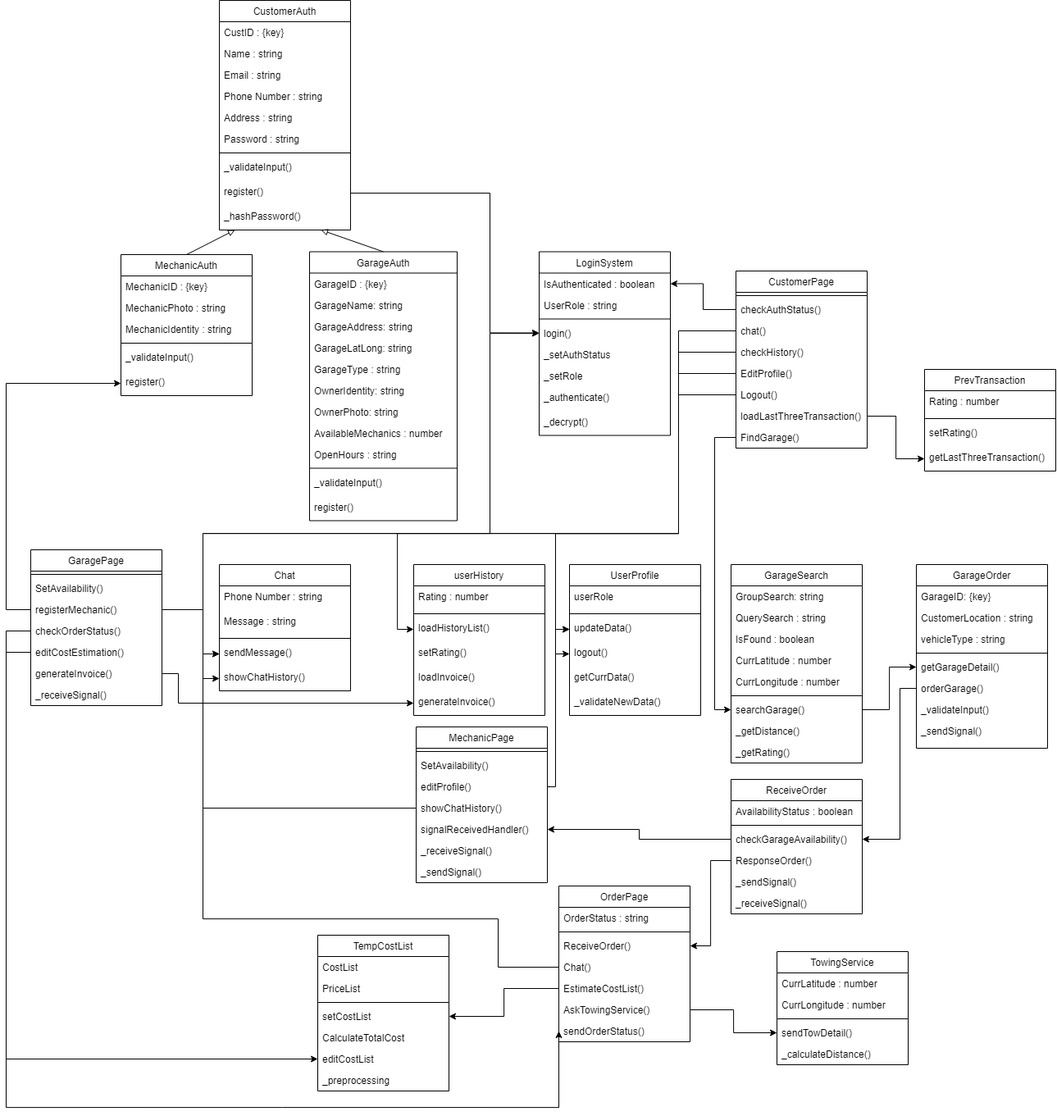
This is Systems/ClassDiagram.drawio.png from felixfilipi/E-Monteer, a draw.io export, as it was before one commit. Source tidied: cells renumbered, new cells last; positions are measured from the earlier drawing's top-left corner, leaving out a move shared by most shapes.
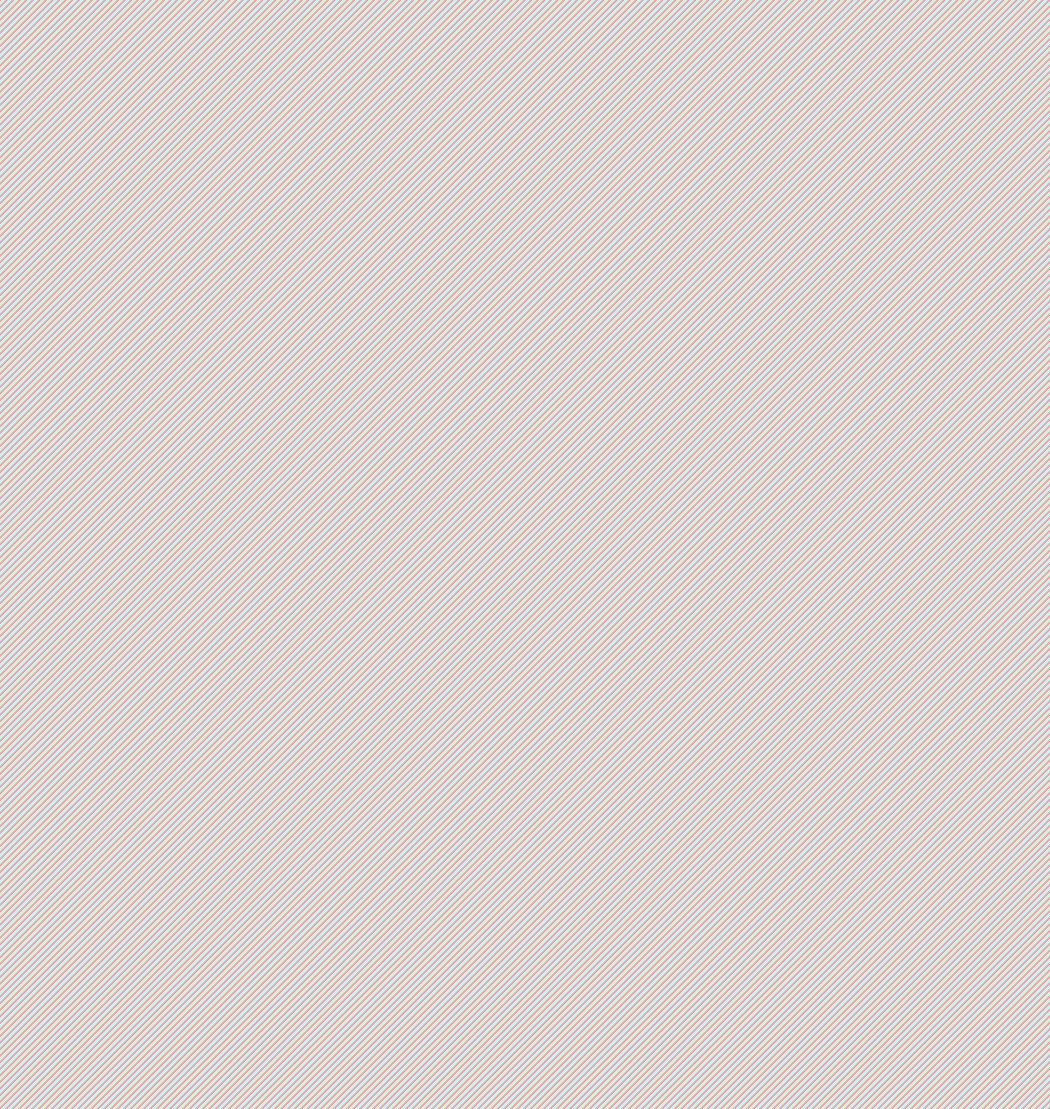
The same diagram one commit later.

The edit, as a diff of the source:
```diff
@@ -38,3 +38,3 @@
     <mxCell id="13" value="GarageAuth" style="swimlane;fontStyle=0;align=center;verticalAlign=top;horizontal=1;startSize=26;rounded=0;shadow=0;strokeWidth=1;" parent="1" vertex="1">
-      <mxGeometry x="370" y="306.5" width="180" height="328" as="geometry" />
+      <mxGeometry x="370" y="297" width="180" height="328" as="geometry" />
     </mxCell>
@@ -131,3 +131,3 @@
     <mxCell id="44" value="GarageSearch" style="swimlane;fontStyle=0;align=center;verticalAlign=top;horizontal=1;startSize=26;rounded=0;shadow=0;strokeWidth=1;" parent="1" vertex="1">
-      <mxGeometry x="884" y="688" width="160" height="242" as="geometry" />
+      <mxGeometry x="884" y="659" width="160" height="268" as="geometry" />
     </mxCell>
@@ -154,7 +154,10 @@
     </mxCell>
+    <mxCell id="164" value="sortGarage()" style="text;align=left;verticalAlign=top;spacingLeft=4;spacingRight=4;overflow=hidden;" parent="44" vertex="1">
+      <mxGeometry y="190" width="160" height="26" as="geometry" />
+    </mxCell>
     <mxCell id="52" value="_getDistance()" style="text;align=left;verticalAlign=top;spacingLeft=4;spacingRight=4;overflow=hidden;" parent="44" vertex="1">
-      <mxGeometry y="190" width="160" height="26" as="geometry" />
+      <mxGeometry y="216" width="160" height="26" as="geometry" />
     </mxCell>
     <mxCell id="53" value="_getRating()" style="text;align=left;verticalAlign=top;spacingLeft=4;spacingRight=4;overflow=hidden;" parent="44" vertex="1">
-      <mxGeometry y="216" width="160" height="26" as="geometry" />
+      <mxGeometry y="242" width="160" height="26" as="geometry" />
     </mxCell>
@@ -163,3 +166,3 @@
     </mxCell>
-    <mxCell id="55" value="userRole" style="text;align=left;verticalAlign=top;spacingLeft=4;spacingRight=4;overflow=hidden;" parent="54" vertex="1">
+    <mxCell id="55" value="userRole : string" style="text;align=left;verticalAlign=top;spacingLeft=4;spacingRight=4;overflow=hidden;" parent="54" vertex="1">
       <mxGeometry y="26" width="160" height="30" as="geometry" />
@@ -187,25 +190,25 @@
     </mxCell>
-    <mxCell id="63" value="checkAuthStatus()" style="text;align=left;verticalAlign=top;spacingLeft=4;spacingRight=4;overflow=hidden;points=[[0,0.5],[1,0.5]];portConstraint=eastwest;" parent="61" vertex="1">
-      <mxGeometry y="34" width="160" height="26" as="geometry" />
-    </mxCell>
     <mxCell id="64" value="chat()" style="text;align=left;verticalAlign=top;spacingLeft=4;spacingRight=4;overflow=hidden;points=[[0,0.5],[1,0.5]];portConstraint=eastwest;" parent="61" vertex="1">
-      <mxGeometry y="60" width="160" height="26" as="geometry" />
+      <mxGeometry y="34" width="160" height="26" as="geometry" />
     </mxCell>
     <mxCell id="65" value="checkHistory()" style="text;align=left;verticalAlign=top;spacingLeft=4;spacingRight=4;overflow=hidden;points=[[0,0.5],[1,0.5]];portConstraint=eastwest;" parent="61" vertex="1">
-      <mxGeometry y="86" width="160" height="26" as="geometry" />
+      <mxGeometry y="60" width="160" height="26" as="geometry" />
     </mxCell>
     <mxCell id="66" value="EditProfile()" style="text;align=left;verticalAlign=top;spacingLeft=4;spacingRight=4;overflow=hidden;points=[[0,0.5],[1,0.5]];portConstraint=eastwest;" parent="61" vertex="1">
-      <mxGeometry y="112" width="160" height="26" as="geometry" />
+      <mxGeometry y="86" width="160" height="26" as="geometry" />
     </mxCell>
     <mxCell id="67" value="Logout()" style="text;align=left;verticalAlign=top;spacingLeft=4;spacingRight=4;overflow=hidden;points=[[0,0.5],[1,0.5]];portConstraint=eastwest;" parent="61" vertex="1">
-      <mxGeometry y="138" width="160" height="26" as="geometry" />
+      <mxGeometry y="112" width="160" height="26" as="geometry" />
     </mxCell>
     <mxCell id="68" value="loadLastThreeTransaction()" style="text;align=left;verticalAlign=top;spacingLeft=4;spacingRight=4;overflow=hidden;points=[[0,0.5],[1,0.5]];portConstraint=eastwest;" parent="61" vertex="1">
-      <mxGeometry y="164" width="160" height="26" as="geometry" />
+      <mxGeometry y="138" width="160" height="26" as="geometry" />
     </mxCell>
     <mxCell id="69" value="FindGarage()" style="text;align=left;verticalAlign=top;spacingLeft=4;spacingRight=4;overflow=hidden;points=[[0,0.5],[1,0.5]];portConstraint=eastwest;" parent="61" vertex="1">
-      <mxGeometry y="190" width="160" height="26" as="geometry" />
+      <mxGeometry y="164" width="160" height="26" as="geometry" />
     </mxCell>
+    <mxCell id="165" value="getCurrentLocation()" style="text;align=left;verticalAlign=top;spacingLeft=4;spacingRight=4;overflow=hidden;" parent="61" vertex="1">
+      <mxGeometry y="190" width="160" height="26" as="geometry" />
+    </mxCell>
     <mxCell id="70" value="userHistory" style="swimlane;fontStyle=0;align=center;verticalAlign=top;horizontal=1;startSize=26;rounded=0;shadow=0;strokeWidth=1;" parent="1" vertex="1">
-      <mxGeometry x="497" y="688" width="160" height="184" as="geometry" />
+      <mxGeometry x="470" y="688" width="160" height="214" as="geometry" />
     </mxCell>
@@ -229,4 +232,7 @@
     </mxCell>
+    <mxCell id="166" value="callGarage()" style="text;align=left;verticalAlign=top;spacingLeft=4;spacingRight=4;overflow=hidden;" parent="70" vertex="1">
+      <mxGeometry y="184" width="160" height="30" as="geometry" />
+    </mxCell>
     <mxCell id="77" value="PrevTransaction" style="swimlane;fontStyle=0;align=center;verticalAlign=top;horizontal=1;startSize=26;rounded=0;shadow=0;strokeWidth=1;" parent="1" vertex="1">
-      <mxGeometry x="1120" y="450" width="160" height="124" as="geometry" />
+      <mxGeometry x="1120" y="450" width="160" height="154" as="geometry" />
     </mxCell>
@@ -244,4 +250,7 @@
     </mxCell>
+    <mxCell id="167" value="callGarage()" style="text;align=left;verticalAlign=top;spacingLeft=4;spacingRight=4;overflow=hidden;" parent="77" vertex="1">
+      <mxGeometry y="124" width="160" height="30" as="geometry" />
+    </mxCell>
     <mxCell id="82" value="Chat" style="swimlane;fontStyle=0;align=center;verticalAlign=top;horizontal=1;startSize=26;rounded=0;shadow=0;strokeWidth=1;" parent="1" vertex="1">
-      <mxGeometry x="260" y="688" width="160" height="154" as="geometry" />
+      <mxGeometry x="260" y="660" width="160" height="184" as="geometry" />
     </mxCell>
@@ -262,2 +271,5 @@
     </mxCell>
+    <mxCell id="168" value="call()" style="text;align=left;verticalAlign=top;spacingLeft=4;spacingRight=4;overflow=hidden;" parent="82" vertex="1">
+      <mxGeometry y="154" width="160" height="30" as="geometry" />
+    </mxCell>
     <mxCell id="88" value="GarageOrder" style="swimlane;fontStyle=0;align=center;verticalAlign=top;horizontal=1;startSize=26;rounded=0;shadow=0;strokeWidth=1;" parent="1" vertex="1">
@@ -313,6 +325,6 @@
     </mxCell>
-    <mxCell id="105" value="CostList" style="text;align=left;verticalAlign=top;spacingLeft=4;spacingRight=4;overflow=hidden;" parent="104" vertex="1">
+    <mxCell id="105" value="CostList : list number" style="text;align=left;verticalAlign=top;spacingLeft=4;spacingRight=4;overflow=hidden;" parent="104" vertex="1">
       <mxGeometry y="26" width="160" height="26" as="geometry" />
     </mxCell>
-    <mxCell id="106" value="PriceList" style="text;align=left;verticalAlign=top;spacingLeft=4;spacingRight=4;overflow=hidden;" parent="104" vertex="1">
+    <mxCell id="106" value="PriceList : list number" style="text;align=left;verticalAlign=top;spacingLeft=4;spacingRight=4;overflow=hidden;" parent="104" vertex="1">
       <mxGeometry y="52" width="160" height="26" as="geometry" />
@@ -359,3 +371,3 @@
     <mxCell id="120" value="MechanicPage" style="swimlane;fontStyle=0;align=center;verticalAlign=top;horizontal=1;startSize=26;rounded=0;shadow=0;strokeWidth=1;" parent="1" vertex="1">
-      <mxGeometry x="500" y="886" width="160" height="190" as="geometry" />
+      <mxGeometry x="500" y="912" width="160" height="190" as="geometry" />
     </mxCell>
@@ -382,3 +394,3 @@
     </mxCell>
-    <mxCell id="128" style="edgeStyle=orthogonalEdgeStyle;rounded=0;jettySize=auto;html=1;" parent="1" edge="1" source="117" target="108">
+    <mxCell id="128" style="edgeStyle=orthogonalEdgeStyle;rounded=0;jettySize=auto;html=1;endArrow=none;endFill=0;" parent="1" edge="1" source="117" target="108">
       <mxGeometry relative="1" as="geometry" />
@@ -403,3 +415,3 @@
     </mxCell>
-    <mxCell id="135" style="edgeStyle=orthogonalEdgeStyle;rounded=0;jettySize=auto;html=1;entryX=0;entryY=0.5;entryDx=0;entryDy=0;" parent="1" edge="1" source="118" target="133">
+    <mxCell id="135" style="edgeStyle=orthogonalEdgeStyle;rounded=0;jettySize=auto;html=1;entryX=0;entryY=0.5;entryDx=0;entryDy=0;endArrow=none;endFill=0;" parent="1" edge="1" source="118" target="133">
       <mxGeometry relative="1" as="geometry" />
@@ -430,20 +442,10 @@
     </mxCell>
-    <mxCell id="144" style="edgeStyle=orthogonalEdgeStyle;rounded=0;jettySize=auto;html=1;entryX=0;entryY=0.5;entryDx=0;entryDy=0;" parent="1" edge="1" source="11" target="37">
-      <mxGeometry relative="1" as="geometry">
-        <Array as="points">
-          <mxPoint x="590" y="235" />
-          <mxPoint x="590" y="406" />
-        </Array>
-      </mxGeometry>
-    </mxCell>
-    <mxCell id="145" style="edgeStyle=orthogonalEdgeStyle;rounded=0;jettySize=auto;html=1;entryX=1;entryY=0.5;entryDx=0;entryDy=0;" parent="1" edge="1" source="63" target="34">
-      <mxGeometry relative="1" as="geometry" />
-    </mxCell>
-    <mxCell id="146" style="edgeStyle=orthogonalEdgeStyle;rounded=0;jettySize=auto;html=1;entryX=0;entryY=0.5;entryDx=0;entryDy=0;" parent="1" edge="1" source="64" target="86">
+    <mxCell id="146" style="edgeStyle=orthogonalEdgeStyle;rounded=0;jettySize=auto;html=1;entryX=0;entryY=0.5;entryDx=0;entryDy=0;exitX=0;exitY=0.5;exitDx=0;exitDy=0;endArrow=none;endFill=0;" parent="1" edge="1" source="64" target="86">
       <mxGeometry relative="1" as="geometry">
         <Array as="points">
-          <mxPoint x="820" y="403" />
-          <mxPoint x="820" y="650" />
-          <mxPoint x="240" y="650" />
-          <mxPoint x="240" y="797" />
+          <mxPoint x="820.1" y="377" />
+          <mxPoint x="820.1" y="650" />
+          <mxPoint x="250.1" y="650" />
+          <mxPoint x="250.1" y="797" />
+          <mxPoint x="260.1" y="797" />
         </Array>
@@ -451,9 +453,9 @@
     </mxCell>
-    <mxCell id="147" style="edgeStyle=orthogonalEdgeStyle;rounded=0;jettySize=auto;html=1;entryX=0;entryY=0.5;entryDx=0;entryDy=0;" parent="1" edge="1" source="65" target="73">
+    <mxCell id="147" style="edgeStyle=orthogonalEdgeStyle;rounded=0;jettySize=auto;html=1;entryX=0;entryY=0.5;entryDx=0;entryDy=0;exitX=0;exitY=0.5;exitDx=0;exitDy=0;endArrow=none;endFill=0;" parent="1" edge="1" source="65" target="73">
       <mxGeometry relative="1" as="geometry">
         <Array as="points">
-          <mxPoint x="820" y="429" />
-          <mxPoint x="820" y="650" />
-          <mxPoint x="477" y="650" />
-          <mxPoint x="477" y="767" />
+          <mxPoint x="830" y="403" />
+          <mxPoint x="830" y="660" />
+          <mxPoint x="450" y="660" />
+          <mxPoint x="450" y="767" />
         </Array>
@@ -461,12 +463,12 @@
     </mxCell>
-    <mxCell id="148" style="edgeStyle=orthogonalEdgeStyle;rounded=0;jettySize=auto;html=1;" parent="1" edge="1" source="68" target="81">
+    <mxCell id="148" style="edgeStyle=orthogonalEdgeStyle;rounded=0;jettySize=auto;html=1;endArrow=none;endFill=0;" parent="1" edge="1" source="68" target="81">
       <mxGeometry relative="1" as="geometry" />
     </mxCell>
-    <mxCell id="149" style="edgeStyle=orthogonalEdgeStyle;rounded=0;jettySize=auto;html=1;entryX=0;entryY=0.5;entryDx=0;entryDy=0;" parent="1" edge="1" source="69" target="51">
+    <mxCell id="149" style="edgeStyle=orthogonalEdgeStyle;rounded=0;jettySize=auto;html=1;entryX=0;entryY=0.5;entryDx=0;entryDy=0;endArrow=none;endFill=0;" parent="1" edge="1" source="69" target="51">
       <mxGeometry relative="1" as="geometry" />
     </mxCell>
-    <mxCell id="150" style="edgeStyle=orthogonalEdgeStyle;rounded=0;jettySize=auto;html=1;entryX=0;entryY=0.5;entryDx=0;entryDy=0;" parent="1" edge="1" source="51" target="93">
+    <mxCell id="150" style="edgeStyle=orthogonalEdgeStyle;rounded=0;jettySize=auto;html=1;entryX=0;entryY=0.5;entryDx=0;entryDy=0;endArrow=none;endFill=0;" parent="1" edge="1" source="51" target="93">
       <mxGeometry relative="1" as="geometry" />
     </mxCell>
-    <mxCell id="151" style="edgeStyle=orthogonalEdgeStyle;rounded=0;jettySize=auto;html=1;entryX=1;entryY=0.5;entryDx=0;entryDy=0;" parent="1" edge="1" source="94" target="100">
+    <mxCell id="151" style="edgeStyle=orthogonalEdgeStyle;rounded=0;jettySize=auto;html=1;entryX=1;entryY=0.5;entryDx=0;entryDy=0;endArrow=none;endFill=0;" parent="1" edge="1" source="94" target="100">
       <mxGeometry relative="1" as="geometry">
@@ -478,25 +480,15 @@
     </mxCell>
-    <mxCell id="152" style="edgeStyle=orthogonalEdgeStyle;rounded=0;jettySize=auto;html=1;" parent="1" edge="1" source="101" target="115">
+    <mxCell id="152" style="edgeStyle=orthogonalEdgeStyle;rounded=0;jettySize=auto;html=1;endArrow=none;endFill=0;" parent="1" edge="1" source="101" target="115">
       <mxGeometry relative="1" as="geometry" />
     </mxCell>
-    <mxCell id="153" style="edgeStyle=orthogonalEdgeStyle;rounded=0;jettySize=auto;html=1;entryX=0;entryY=0.5;entryDx=0;entryDy=0;" parent="1" edge="1" source="124" target="87">
+    <mxCell id="153" style="edgeStyle=orthogonalEdgeStyle;rounded=0;jettySize=auto;html=1;entryX=0;entryY=0.5;entryDx=0;entryDy=0;endArrow=none;endFill=0;" parent="1" edge="1" source="124" target="87">
       <mxGeometry relative="1" as="geometry" />
     </mxCell>
-    <mxCell id="154" style="edgeStyle=orthogonalEdgeStyle;rounded=0;jettySize=auto;html=1;entryX=0;entryY=0.5;entryDx=0;entryDy=0;" parent="1" edge="1" source="67" target="58">
-      <mxGeometry relative="1" as="geometry">
-        <Array as="points">
-          <mxPoint x="820" y="481" />
-          <mxPoint x="820" y="650" />
-          <mxPoint x="670" y="650" />
-          <mxPoint x="670" y="797" />
-        </Array>
-      </mxGeometry>
-    </mxCell>
-    <mxCell id="155" style="edgeStyle=orthogonalEdgeStyle;rounded=0;jettySize=auto;html=1;entryX=0;entryY=0.5;entryDx=0;entryDy=0;" parent="1" edge="1" source="66" target="57">
+    <mxCell id="155" style="edgeStyle=orthogonalEdgeStyle;rounded=0;jettySize=auto;html=1;entryX=0;entryY=0.5;entryDx=0;entryDy=0;exitX=0;exitY=0.5;exitDx=0;exitDy=0;endArrow=none;endFill=0;" parent="1" edge="1" source="66" target="57">
       <mxGeometry relative="1" as="geometry">
         <Array as="points">
-          <mxPoint x="820" y="455" />
-          <mxPoint x="820" y="650" />
-          <mxPoint x="670" y="650" />
-          <mxPoint x="670" y="767" />
+          <mxPoint x="840.1" y="429" />
+          <mxPoint x="840.1" y="670" />
+          <mxPoint x="650.1" y="670" />
+          <mxPoint x="650.1" y="767" />
         </Array>
@@ -504,22 +496,12 @@
     </mxCell>
-    <mxCell id="156" style="edgeStyle=orthogonalEdgeStyle;rounded=0;jettySize=auto;html=1;entryX=1;entryY=0.5;entryDx=0;entryDy=0;" parent="1" edge="1" source="100" target="125">
+    <mxCell id="156" style="edgeStyle=orthogonalEdgeStyle;rounded=0;jettySize=auto;html=1;entryX=1;entryY=0.5;entryDx=0;entryDy=0;endArrow=none;endFill=0;" parent="1" edge="1" source="100" target="125">
       <mxGeometry relative="1" as="geometry" />
     </mxCell>
-    <mxCell id="157" style="edgeStyle=orthogonalEdgeStyle;rounded=0;jettySize=auto;html=1;exitX=1;exitY=0.5;exitDx=0;exitDy=0;" parent="1" edge="1" source="138" target="37">
-      <mxGeometry relative="1" as="geometry">
-        <Array as="points">
-          <mxPoint x="240" y="743" />
-          <mxPoint x="240" y="650" />
-          <mxPoint x="590" y="650" />
-          <mxPoint x="590" y="406" />
-        </Array>
-      </mxGeometry>
-    </mxCell>
-    <mxCell id="158" style="edgeStyle=orthogonalEdgeStyle;rounded=0;jettySize=auto;html=1;entryX=0;entryY=0.5;entryDx=0;entryDy=0;" parent="1" edge="1" source="116" target="86">
+    <mxCell id="158" style="edgeStyle=orthogonalEdgeStyle;rounded=0;jettySize=auto;html=1;entryX=0;entryY=0.5;entryDx=0;entryDy=0;endArrow=none;endFill=0;" parent="1" edge="1" source="116" target="86">
       <mxGeometry relative="1" as="geometry">
         <Array as="points">
-          <mxPoint x="600" y="1179" />
-          <mxPoint x="600" y="1120" />
-          <mxPoint x="240" y="1120" />
-          <mxPoint x="240" y="797" />
+          <mxPoint x="600.1" y="1179" />
+          <mxPoint x="600.1" y="1120" />
+          <mxPoint x="230.1" y="1120" />
+          <mxPoint x="230.1" y="769" />
         </Array>
@@ -527,7 +509,7 @@
     </mxCell>
-    <mxCell id="159" style="edgeStyle=orthogonalEdgeStyle;rounded=0;jettySize=auto;html=1;" parent="1" edge="1" source="123" target="57">
+    <mxCell id="159" style="edgeStyle=orthogonalEdgeStyle;rounded=0;jettySize=auto;html=1;endArrow=none;endFill=0;exitX=1;exitY=0.5;exitDx=0;exitDy=0;" parent="1" edge="1" source="122" target="57">
       <mxGeometry relative="1" as="geometry">
         <Array as="points">
-          <mxPoint x="670" y="959" />
-          <mxPoint x="670" y="767" />
+          <mxPoint x="670.1" y="959" />
+          <mxPoint x="670.1" y="767" />
         </Array>
@@ -535,3 +517,3 @@
     </mxCell>
-    <mxCell id="160" style="edgeStyle=orthogonalEdgeStyle;rounded=0;jettySize=auto;html=1;entryX=0;entryY=0.5;entryDx=0;entryDy=0;" parent="1" edge="1" source="142" target="76">
+    <mxCell id="160" style="edgeStyle=orthogonalEdgeStyle;rounded=0;jettySize=auto;html=1;entryX=0;entryY=0.5;entryDx=0;entryDy=0;endArrow=none;endFill=0;" parent="1" edge="1" source="142" target="76">
       <mxGeometry relative="1" as="geometry">
@@ -543,11 +525,3 @@
     </mxCell>
-    <mxCell id="161" style="edgeStyle=orthogonalEdgeStyle;rounded=0;jettySize=auto;html=1;entryX=0;entryY=0.5;entryDx=0;entryDy=0;" parent="1" edge="1" source="139" target="32">
-      <mxGeometry relative="1" as="geometry">
-        <Array as="points">
-          <mxPoint y="743" />
-          <mxPoint y="467" />
-        </Array>
-      </mxGeometry>
-    </mxCell>
-    <mxCell id="162" style="edgeStyle=orthogonalEdgeStyle;rounded=0;jettySize=auto;html=1;entryX=0;entryY=0.5;entryDx=0;entryDy=0;" parent="1" edge="1" source="140" target="119">
+    <mxCell id="162" style="edgeStyle=orthogonalEdgeStyle;rounded=0;jettySize=auto;html=1;entryX=0;entryY=0.5;entryDx=0;entryDy=0;endArrow=none;endFill=0;" parent="1" edge="1" source="140" target="119">
       <mxGeometry relative="1" as="geometry">
@@ -556,3 +530,4 @@
           <mxPoint y="1350" />
-          <mxPoint x="674" y="1350" />
+          <mxPoint x="640" y="1350" />
+          <mxPoint x="640" y="1257" />
         </Array>
@@ -560,3 +535,3 @@
     </mxCell>
-    <mxCell id="163" style="edgeStyle=orthogonalEdgeStyle;rounded=0;jettySize=auto;html=1;entryX=0;entryY=0.5;entryDx=0;entryDy=0;" parent="1" edge="1" source="141" target="110">
+    <mxCell id="163" style="edgeStyle=orthogonalEdgeStyle;rounded=0;jettySize=auto;html=1;entryX=0;entryY=0.5;entryDx=0;entryDy=0;endArrow=none;endFill=0;" parent="1" edge="1" source="141" target="110">
       <mxGeometry relative="1" as="geometry">
@@ -568,2 +543,28 @@
     </mxCell>
+    <mxCell id="161" style="edgeStyle=orthogonalEdgeStyle;rounded=0;jettySize=auto;html=1;exitX=0;exitY=0.5;exitDx=0;exitDy=0;endArrow=none;endFill=0;" parent="1" edge="1" source="32" target="139">
+      <mxGeometry relative="1" as="geometry">
+        <Array as="points">
+          <mxPoint y="467" />
+          <mxPoint y="743" />
+        </Array>
+      </mxGeometry>
+    </mxCell>
+    <mxCell id="169" style="edgeStyle=orthogonalEdgeStyle;rounded=0;jettySize=auto;html=1;entryX=0;entryY=0.5;entryDx=0;entryDy=0;endArrow=none;endFill=0;exitX=1;exitY=0.5;exitDx=0;exitDy=0;" parent="1" edge="1" source="138" target="39">
+      <mxGeometry relative="1" as="geometry">
+        <Array as="points">
+          <mxPoint x="220" y="717" />
+          <mxPoint x="220" y="640" />
+          <mxPoint x="610" y="640" />
+          <mxPoint x="610" y="457" />
+        </Array>
+      </mxGeometry>
+    </mxCell>
+    <mxCell id="144" style="edgeStyle=orthogonalEdgeStyle;rounded=0;jettySize=auto;html=1;exitX=0;exitY=0.5;exitDx=0;exitDy=0;endArrow=none;endFill=0;" parent="1" edge="1" source="37" target="11">
+      <mxGeometry relative="1" as="geometry">
+        <Array as="points">
+          <mxPoint x="590" y="406" />
+          <mxPoint x="590" y="235" />
+        </Array>
+      </mxGeometry>
+    </mxCell>
   </root>
```
